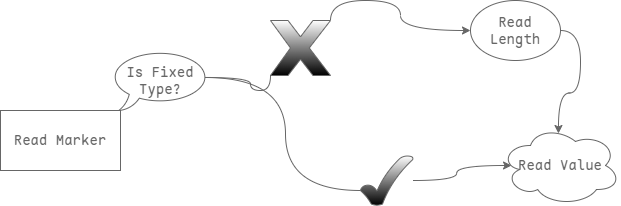
Above: content/posts/zig-msgpack/msgpack.png in jinzhongjia/blog (draw.io), before the change. Source tidied: cells renumbered, new cells last; positions are measured from the earlier drawing's top-left corner, leaving out a move shared by most shapes.
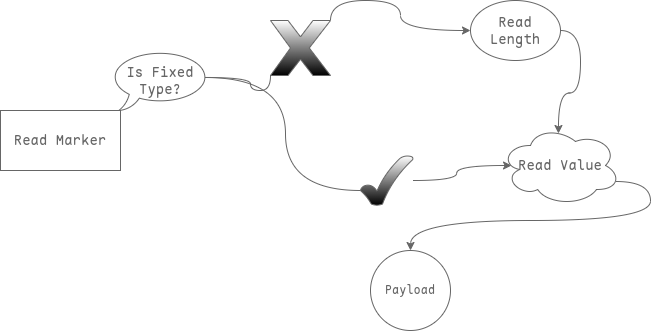
The same diagram one commit later.

Commit message:
update zig-msgpack

The edit, as a diff of the source:
```diff
@@ -11,6 +11,15 @@
     <mxCell id="4" style="edgeStyle=orthogonalEdgeStyle;rounded=0;jettySize=auto;html=1;exitX=1;exitY=0.5;exitDx=0;exitDy=0;entryX=0.483;entryY=0.1;entryDx=0;entryDy=0;entryPerimeter=0;curved=1;fontFamily=Maple Mono SC NF;fontSize=14;fontColor=#666666;strokeColor=#666666;" parent="1" edge="1" source="9" target="5">
       <mxGeometry relative="1" as="geometry" />
     </mxCell>
+    <mxCell id="13" style="edgeStyle=orthogonalEdgeStyle;rounded=0;jettySize=auto;html=1;exitX=0.96;exitY=0.7;exitDx=0;exitDy=0;exitPerimeter=0;curved=1;strokeColor=#666666;" parent="1" edge="1" source="5" target="14">
+      <mxGeometry relative="1" as="geometry">
+        <Array as="points">
+          <mxPoint x="650" y="181" />
+          <mxPoint x="650" y="220" />
+          <mxPoint x="410" y="220" />
+        </Array>
+      </mxGeometry>
+    </mxCell>
     <mxCell id="5" value="Read Value" style="ellipse;shape=cloud;whiteSpace=wrap;html=1;fontFamily=Maple Mono SC NF;fontSize=14;fontColor=#666666;fillColor=none;strokeColor=#666666;" parent="1" vertex="1">
       <mxGeometry x="500" y="125" width="120" height="80" as="geometry" />
     </mxCell>
@@ -41,5 +50,8 @@
     <mxCell id="12" style="edgeStyle=orthogonalEdgeStyle;rounded=0;jettySize=auto;html=1;exitX=0.945;exitY=0.45;exitDx=0;exitDy=0;exitPerimeter=0;entryX=0;entryY=0.7;entryDx=0;entryDy=0;entryPerimeter=0;curved=1;endArrow=none;endFill=0;fontFamily=Maple Mono SC NF;fontSize=14;fontColor=#666666;strokeColor=#666666;" parent="1" edge="1" source="10" target="6">
       <mxGeometry relative="1" as="geometry" />
     </mxCell>
+    <mxCell id="14" value="&lt;font face=&quot;Maple Mono SC NF&quot;&gt;Payload&lt;/font&gt;" style="ellipse;whiteSpace=wrap;html=1;strokeColor=#666666;fontColor=#666666;fillColor=none;" parent="1" vertex="1">
+      <mxGeometry x="370" y="250" width="80" height="80" as="geometry" />
+    </mxCell>
   </root>
 </mxGraphModel>
```
